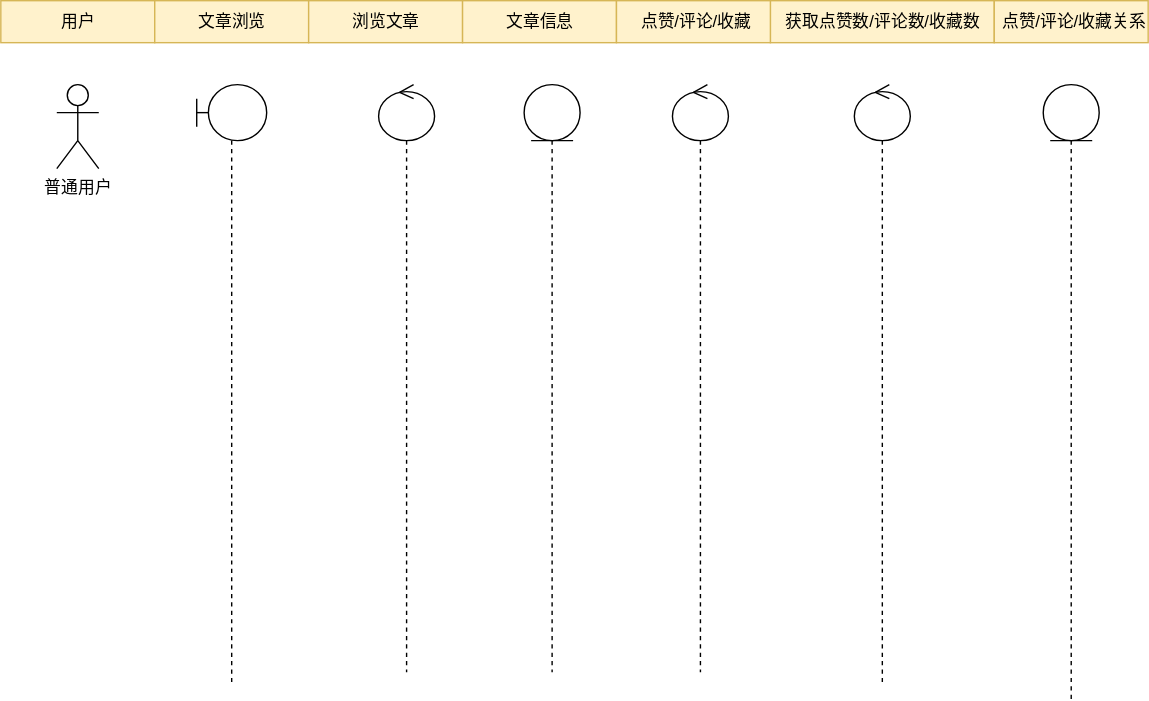
WuShangMo/SquidGame1 keeps this draw.io diagram as 文章浏览序列图.drawio.svg. Above is the earlier version. Source tidied: cells renumbered, new cells last; positions are measured from the earlier drawing's top-left corner, leaving out a move shared by most shapes.
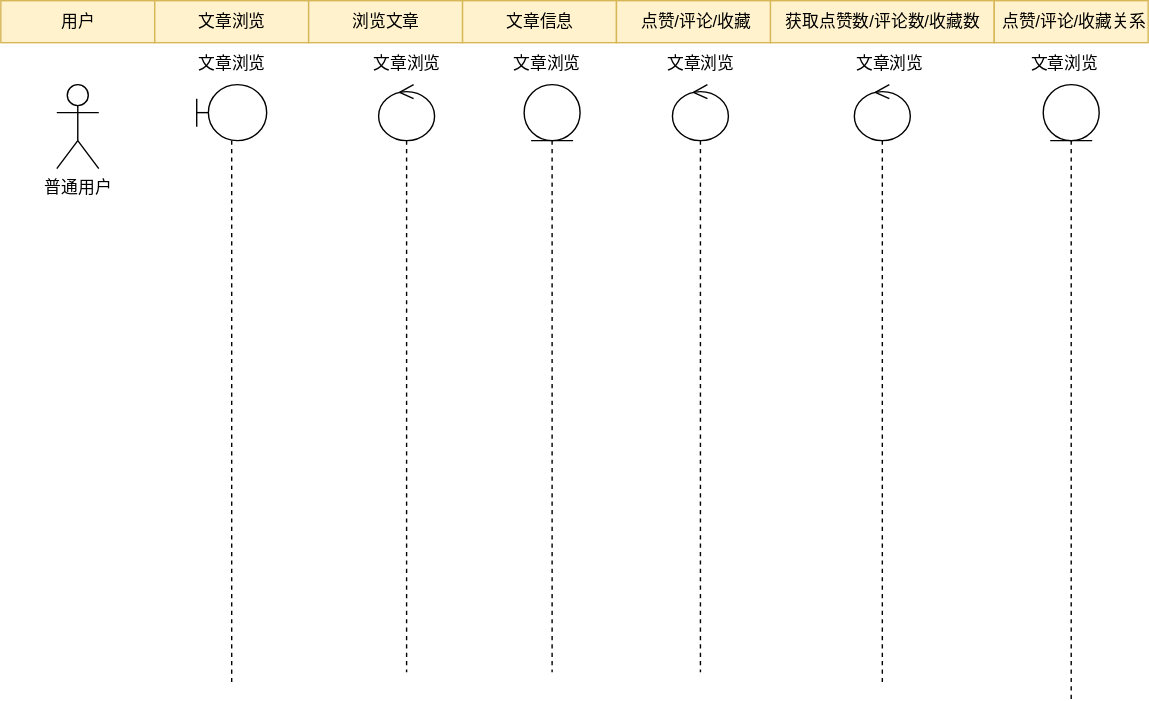
Later version of the same file.

Commit message:
更新文章浏览序列图.drawio.svg

Change to the diagram source:
```diff
@@ -44,5 +44,23 @@
     <mxCell id="15" style="shape=umlLifeline;participant=umlControl;perimeter=lifelinePerimeter;whiteSpace=wrap;html=1;verticalAlign=top;spacingTop=36;" parent="1" vertex="1">
       <mxGeometry x="610" y="60" width="40" height="430" as="geometry" />
     </mxCell>
+    <mxCell id="16" value="文章浏览" style="text;html=1;align=center;verticalAlign=middle;strokeColor=none;fillColor=none;" parent="1" vertex="1">
+      <mxGeometry x="130" y="30" width="70" height="30" as="geometry" />
+    </mxCell>
+    <mxCell id="17" value="文章浏览" style="text;html=1;align=center;verticalAlign=middle;strokeColor=none;fillColor=none;" parent="1" vertex="1">
+      <mxGeometry x="255" y="30" width="70" height="30" as="geometry" />
+    </mxCell>
+    <mxCell id="18" value="文章浏览" style="text;html=1;align=center;verticalAlign=middle;strokeColor=none;fillColor=none;" parent="1" vertex="1">
+      <mxGeometry x="355" y="30" width="70" height="30" as="geometry" />
+    </mxCell>
+    <mxCell id="19" value="文章浏览" style="text;html=1;align=center;verticalAlign=middle;strokeColor=none;fillColor=none;" parent="1" vertex="1">
+      <mxGeometry x="465" y="30" width="70" height="30" as="geometry" />
+    </mxCell>
+    <mxCell id="20" value="文章浏览" style="text;html=1;align=center;verticalAlign=middle;strokeColor=none;fillColor=none;" parent="1" vertex="1">
+      <mxGeometry x="600" y="30" width="70" height="30" as="geometry" />
+    </mxCell>
+    <mxCell id="21" value="文章浏览" style="text;html=1;align=center;verticalAlign=middle;strokeColor=none;fillColor=none;" parent="1" vertex="1">
+      <mxGeometry x="725" y="30" width="70" height="30" as="geometry" />
+    </mxCell>
   </root>
 </mxGraphModel>
```
